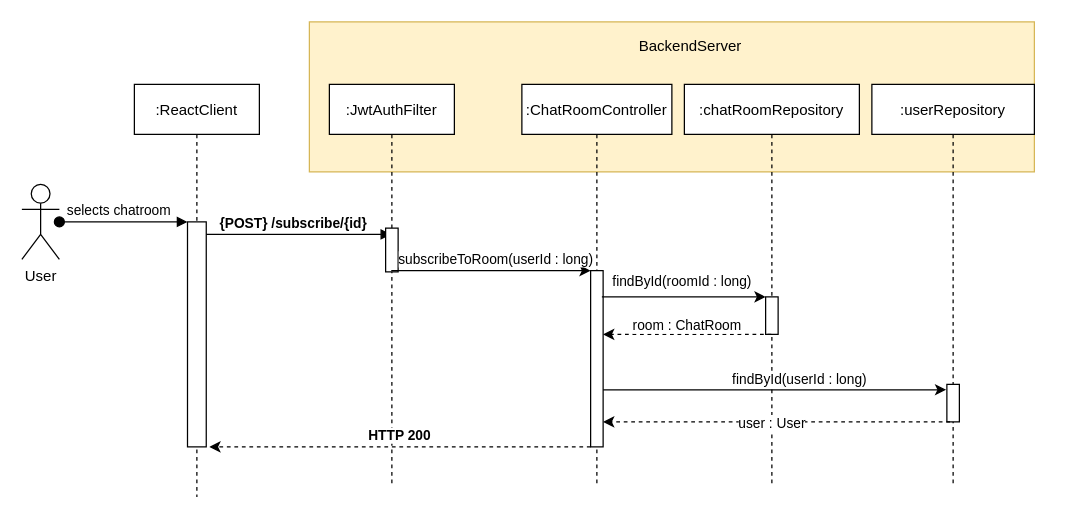
Above: subscribe-SD.drawio in nickkisbye/dat18a-hop (draw.io), before the change. Source tidied: cells renumbered, new cells numbered last; positions are measured from the earlier drawing's top-left corner, leaving out a move shared by most shapes. Both pictures are drawn from the tidied source at 125%, with x=0, y=0 at pixel (21, 21).
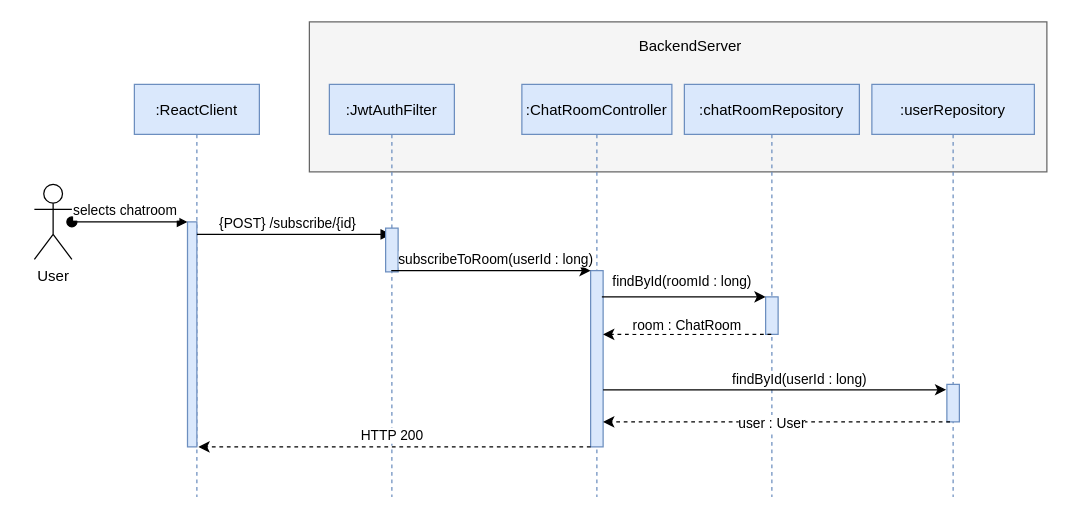
The same page after the edit.

Unchanged cells that the change refers to:
```xml
<mxCell id="27" style="endArrow=classic;html=1;dashed=1;entryX=1.167;entryY=1;entryDx=0;entryDy=0;entryPerimeter=0;" parent="1" edge="1" source="9" target="4">
  <mxGeometry relative="1" as="geometry" />
</mxCell>
```

Diff of the diagram source:
```diff
@@
-    <mxCell id="2" style="rounded=0;whiteSpace=wrap;html=1;align=center;fillColor=#fff2cc;strokeColor=#d6b656;" parent="1" vertex="1">
-      <mxGeometry x="230" width="580" height="120" as="geometry" />
+    <mxCell id="2" style="rounded=0;whiteSpace=wrap;html=1;align=center;fillColor=#f5f5f5;strokeColor=#666666;fontColor=#333333;" parent="1" vertex="1">
+      <mxGeometry x="230" width="590" height="120" as="geometry" />
     </mxCell>
-    <mxCell id="3" value=":ReactClient" style="shape=umlLifeline;perimeter=lifelinePerimeter;rounded=0;shadow=0;strokeWidth=1;" parent="1" vertex="1">
+    <mxCell id="3" value=":ReactClient" style="shape=umlLifeline;perimeter=lifelinePerimeter;rounded=0;shadow=0;strokeWidth=1;fillColor=#dae8fc;strokeColor=#6c8ebf;" parent="1" vertex="1">
       <mxGeometry x="90" y="50" width="100" height="330" as="geometry" />
     </mxCell>
-    <mxCell id="4" style="points=[];perimeter=orthogonalPerimeter;rounded=0;shadow=0;strokeWidth=1;" parent="3" vertex="1">
-      <mxGeometry x="42.5" y="110" width="15" height="180" as="geometry" />
+    <mxCell id="4" style="points=[];perimeter=orthogonalPerimeter;rounded=0;shadow=0;strokeWidth=1;fillColor=#dae8fc;strokeColor=#6c8ebf;" parent="3" vertex="1">
+      <mxGeometry x="42.5" y="110" width="7.5" height="180" as="geometry" />
     </mxCell>
-    <mxCell id="5" value="{POST} /subscribe/{id}" style="verticalAlign=bottom;endArrow=block;shadow=0;strokeWidth=1;fontStyle=1;" parent="1" edge="1" source="4" target="6">
+    <mxCell id="5" value="{POST} /subscribe/{id}" style="verticalAlign=bottom;endArrow=block;shadow=0;strokeWidth=1;fontStyle=0;" parent="1" edge="1" source="4" target="6">
       <mxGeometry x="-0.06" relative="1" as="geometry">
         <Array as="points">
           <mxPoint x="160" y="170" />
         </Array>
       </mxGeometry>
     </mxCell>
-    <mxCell id="6" value=":JwtAuthFilter" style="shape=umlLifeline;perimeter=lifelinePerimeter;rounded=0;shadow=0;strokeWidth=1;" parent="1" vertex="1">
-      <mxGeometry x="246" y="50" width="100" height="320" as="geometry" />
+    <mxCell id="6" value=":JwtAuthFilter" style="shape=umlLifeline;perimeter=lifelinePerimeter;rounded=0;shadow=0;strokeWidth=1;fillColor=#dae8fc;strokeColor=#6c8ebf;" parent="1" vertex="1">
+      <mxGeometry x="246" y="50" width="100" height="330" as="geometry" />
     </mxCell>
-    <mxCell id="7" style="perimeter=orthogonalPerimeter;rounded=0;shadow=0;strokeWidth=1;" parent="6" vertex="1">
+    <mxCell id="7" style="perimeter=orthogonalPerimeter;rounded=0;shadow=0;strokeWidth=1;fillColor=#dae8fc;strokeColor=#6c8ebf;" parent="6" vertex="1">
       <mxGeometry x="45" y="115" width="10" height="35" as="geometry" />
     </mxCell>
-    <mxCell id="8" value=":ChatRoomController" style="shape=umlLifeline;perimeter=lifelinePerimeter;rounded=0;shadow=0;strokeWidth=1;" parent="1" vertex="1">
-      <mxGeometry x="400" y="50" width="120" height="320" as="geometry" />
+    <mxCell id="8" value=":ChatRoomController" style="shape=umlLifeline;perimeter=lifelinePerimeter;rounded=0;shadow=0;strokeWidth=1;fillColor=#dae8fc;strokeColor=#6c8ebf;" parent="1" vertex="1">
+      <mxGeometry x="400" y="50" width="120" height="330" as="geometry" />
     </mxCell>
-    <mxCell id="9" style="points=[];perimeter=orthogonalPerimeter;rounded=0;shadow=0;strokeWidth=1;" parent="8" vertex="1">
+    <mxCell id="9" style="points=[];perimeter=orthogonalPerimeter;rounded=0;shadow=0;strokeWidth=1;fillColor=#dae8fc;strokeColor=#6c8ebf;" parent="8" vertex="1">
       <mxGeometry x="55" y="149" width="10" height="141" as="geometry" />
     </mxCell>
@@
-    <mxCell id="12" value=":chatRoomRepository" style="shape=umlLifeline;perimeter=lifelinePerimeter;rounded=0;shadow=0;strokeWidth=1;" parent="1" vertex="1">
-      <mxGeometry x="530" y="50" width="140" height="320" as="geometry" />
+    <mxCell id="12" value=":chatRoomRepository" style="shape=umlLifeline;perimeter=lifelinePerimeter;rounded=0;shadow=0;strokeWidth=1;fillColor=#dae8fc;strokeColor=#6c8ebf;" parent="1" vertex="1">
+      <mxGeometry x="530" y="50" width="140" height="330" as="geometry" />
     </mxCell>
-    <mxCell id="13" style="rounded=0;whiteSpace=wrap;html=1;" parent="12" vertex="1">
+    <mxCell id="13" style="rounded=0;whiteSpace=wrap;html=1;fillColor=#dae8fc;strokeColor=#6c8ebf;" parent="12" vertex="1">
       <mxGeometry x="65" y="170" width="10" height="30" as="geometry" />
     </mxCell>
@@
     <mxCell id="15" value="User" style="shape=umlActor;verticalLabelPosition=bottom;verticalAlign=top;html=1;" parent="1" vertex="1">
-      <mxGeometry y="130" width="30" height="60" as="geometry" />
+      <mxGeometry x="10" y="130" width="30" height="60" as="geometry" />
     </mxCell>
     <mxCell id="16" value="selects chatroom" style="verticalAlign=bottom;startArrow=oval;endArrow=block;startSize=8;shadow=0;strokeWidth=1;" parent="1" edge="1" target="4">
       <mxGeometry x="-0.06" relative="1" as="geometry">
-        <mxPoint x="30" y="160" as="sourcePoint" />
+        <mxPoint x="40" y="160" as="sourcePoint" />
         <Array as="points">
-          <mxPoint x="110" y="160" />
+          <mxPoint x="120" y="160" />
         </Array>
       </mxGeometry>
     </mxCell>
-    <mxCell id="17" value=":userRepository" style="shape=umlLifeline;perimeter=lifelinePerimeter;rounded=0;shadow=0;strokeWidth=1;" parent="1" vertex="1">
-      <mxGeometry x="680" y="50" width="130" height="320" as="geometry" />
+    <mxCell id="17" value=":userRepository" style="shape=umlLifeline;perimeter=lifelinePerimeter;rounded=0;shadow=0;strokeWidth=1;fillColor=#dae8fc;strokeColor=#6c8ebf;" parent="1" vertex="1">
+      <mxGeometry x="680" y="50" width="130" height="330" as="geometry" />
     </mxCell>
-    <mxCell id="18" style="rounded=0;whiteSpace=wrap;html=1;" parent="17" vertex="1">
+    <mxCell id="18" style="rounded=0;whiteSpace=wrap;html=1;fillColor=#dae8fc;strokeColor=#6c8ebf;" parent="17" vertex="1">
       <mxGeometry x="60" y="240" width="10" height="30" as="geometry" />
     </mxCell>
@@
-    <mxCell id="28" value="&lt;b&gt;HTTP 200&lt;/b&gt;" style="edgeLabel;html=1;align=center;verticalAlign=middle;" parent="27" vertex="1">
+    <mxCell id="28" value="HTTP 200" style="edgeLabel;html=1;align=center;verticalAlign=middle;" parent="27" vertex="1">
       <mxGeometry x="0.41" y="-3" relative="1" as="geometry">
         <mxPoint x="61" y="-7" as="offset" />
       </mxGeometry>
     </mxCell>
```
